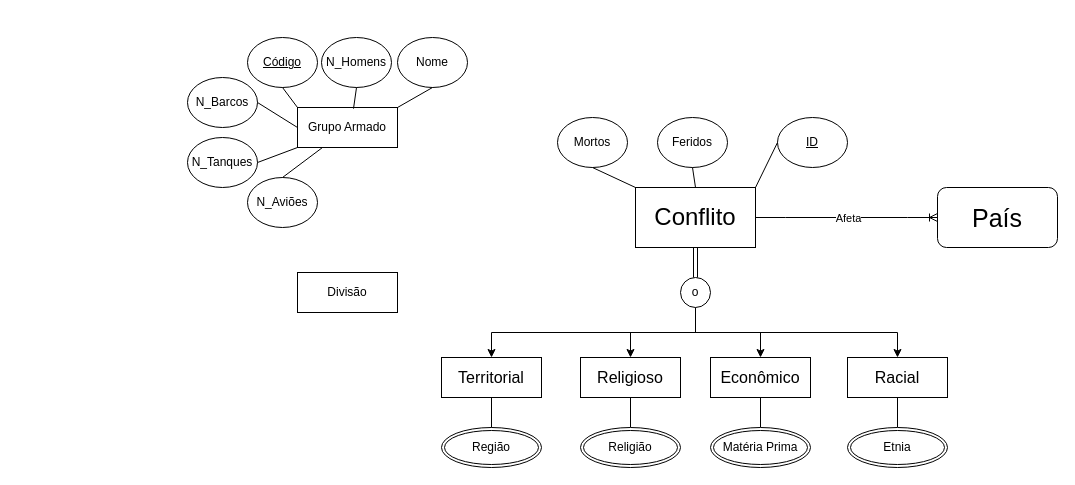
This is TrabalhoBD2ConflitosBelicos.drawio from RenanBezerraGuima/BD2ConflitosBelicos, a draw.io file, before an edit. Source tidied: cells renumbered, new cells numbered last; positions are measured from the earlier drawing's top-left corner, leaving out a move shared by most shapes. Both pictures are drawn from the tidied source at 100%, with x=0, y=0 at pixel (187, 37).
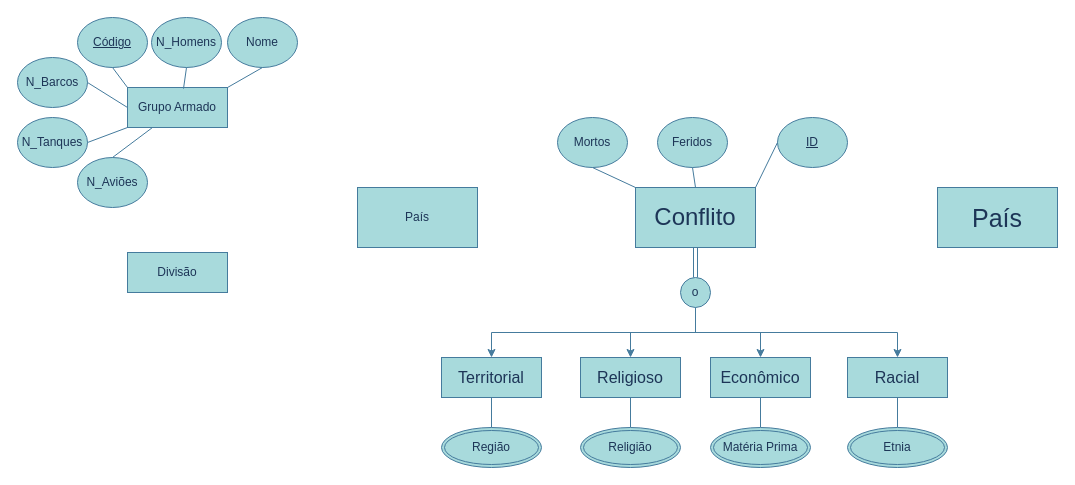
Above is the later version.

Change to the diagram source:
```diff
@@
-    <mxCell id="2" value="&lt;font style=&quot;font-size: 24px;&quot;&gt;Conflito&lt;/font&gt;" style="rounded=0;whiteSpace=wrap;html=1;" parent="1" vertex="1">
+    <mxCell id="2" value="&lt;font style=&quot;font-size: 24px;&quot;&gt;Conflito&lt;/font&gt;" style="rounded=0;whiteSpace=wrap;html=1;labelBackgroundColor=none;fillColor=#A8DADC;strokeColor=#457B9D;fontColor=#1D3557;" parent="1" vertex="1">
       <mxGeometry x="448" y="150" width="120" height="60" as="geometry" />
     </mxCell>
-    <mxCell id="3" value="&lt;div&gt;&lt;font style=&quot;font-size: 25px;&quot;&gt;País&lt;/font&gt;&lt;/div&gt;" style="rounded=1;whiteSpace=wrap;html=1;" parent="1" vertex="1">
+    <mxCell id="3" value="&lt;div&gt;&lt;font style=&quot;font-size: 25px;&quot;&gt;País&lt;/font&gt;&lt;/div&gt;" style="rounded=0;whiteSpace=wrap;html=1;labelBackgroundColor=none;fillColor=#A8DADC;strokeColor=#457B9D;fontColor=#1D3557;" parent="1" vertex="1">
       <mxGeometry x="750" y="150" width="120" height="60" as="geometry" />
     </mxCell>
-    <mxCell id="4" value="&lt;div&gt;Mortos&lt;/div&gt;" style="ellipse;whiteSpace=wrap;html=1;" parent="1" vertex="1">
+    <mxCell id="4" value="&lt;div&gt;Mortos&lt;/div&gt;" style="ellipse;whiteSpace=wrap;html=1;labelBackgroundColor=none;fillColor=#A8DADC;strokeColor=#457B9D;fontColor=#1D3557;rounded=0;" parent="1" vertex="1">
       <mxGeometry x="370" y="80" width="70" height="50" as="geometry" />
     </mxCell>
-    <mxCell id="5" value="Feridos" style="ellipse;whiteSpace=wrap;html=1;" parent="1" vertex="1">
+    <mxCell id="5" value="Feridos" style="ellipse;whiteSpace=wrap;html=1;labelBackgroundColor=none;fillColor=#A8DADC;strokeColor=#457B9D;fontColor=#1D3557;rounded=0;" parent="1" vertex="1">
       <mxGeometry x="470" y="80" width="70" height="50" as="geometry" />
     </mxCell>
-    <mxCell id="6" style="endArrow=none;html=1;rounded=0;exitX=0.5;exitY=0;exitDx=0;exitDy=0;entryX=0.5;entryY=1;entryDx=0;entryDy=0;" parent="1" edge="1" source="2" target="5">
+    <mxCell id="6" style="endArrow=none;html=1;rounded=0;exitX=0.5;exitY=0;exitDx=0;exitDy=0;entryX=0.5;entryY=1;entryDx=0;entryDy=0;labelBackgroundColor=none;fontColor=default;strokeColor=#457B9D;" parent="1" edge="1" source="2" target="5">
       <mxGeometry relative="1" as="geometry" />
     </mxCell>
-    <mxCell id="7" style="endArrow=none;html=1;rounded=0;exitX=0;exitY=0;exitDx=0;exitDy=0;entryX=0.5;entryY=1;entryDx=0;entryDy=0;" parent="1" edge="1" source="2" target="4">
+    <mxCell id="7" style="endArrow=none;html=1;rounded=0;exitX=0;exitY=0;exitDx=0;exitDy=0;entryX=0.5;entryY=1;entryDx=0;entryDy=0;labelBackgroundColor=none;fontColor=default;strokeColor=#457B9D;" parent="1" edge="1" source="2" target="4">
       <mxGeometry relative="1" as="geometry" />
     </mxCell>
-    <mxCell id="8" value="&lt;u&gt;ID&lt;/u&gt;" style="ellipse;whiteSpace=wrap;html=1;" parent="1" vertex="1">
+    <mxCell id="8" value="&lt;u&gt;ID&lt;/u&gt;" style="ellipse;whiteSpace=wrap;html=1;labelBackgroundColor=none;fillColor=#A8DADC;strokeColor=#457B9D;fontColor=#1D3557;rounded=0;" parent="1" vertex="1">
       <mxGeometry x="590" y="80" width="70" height="50" as="geometry" />
     </mxCell>
-    <mxCell id="9" style="endArrow=none;html=1;rounded=0;exitX=1;exitY=0;exitDx=0;exitDy=0;entryX=0;entryY=0.5;entryDx=0;entryDy=0;" parent="1" edge="1" source="2" target="8">
+    <mxCell id="9" style="endArrow=none;html=1;rounded=0;exitX=1;exitY=0;exitDx=0;exitDy=0;entryX=0;entryY=0.5;entryDx=0;entryDy=0;labelBackgroundColor=none;fontColor=default;strokeColor=#457B9D;" parent="1" edge="1" source="2" target="8">
       <mxGeometry relative="1" as="geometry" />
     </mxCell>
-    <mxCell id="10" style="edgeStyle=entityRelationEdgeStyle;fontSize=12;html=1;endArrow=ERoneToMany;rounded=0;entryX=0;entryY=0.5;entryDx=0;entryDy=0;exitX=1;exitY=0.5;exitDx=0;exitDy=0;" parent="1" edge="1" source="2" target="3">
-      <mxGeometry relative="1" as="geometry" />
-    </mxCell>
-    <mxCell id="11" value="&lt;div&gt;Afeta&lt;/div&gt;" style="edgeLabel;html=1;align=center;verticalAlign=middle;" parent="10" vertex="1">
-      <mxGeometry x="0.22" y="-1" relative="1" as="geometry">
-        <mxPoint x="-19" y="-1" as="offset" />
-      </mxGeometry>
-    </mxCell>
-    <mxCell id="12" value="&lt;font style=&quot;font-size: 16px;&quot;&gt;Territorial&lt;/font&gt;" style="whiteSpace=wrap;html=1;align=center;" parent="1" vertex="1">
+    <mxCell id="12" value="&lt;font style=&quot;font-size: 16px;&quot;&gt;Territorial&lt;/font&gt;" style="whiteSpace=wrap;html=1;align=center;labelBackgroundColor=none;fillColor=#A8DADC;strokeColor=#457B9D;fontColor=#1D3557;rounded=0;" parent="1" vertex="1">
       <mxGeometry x="254" y="320" width="100" height="40" as="geometry" />
     </mxCell>
-    <mxCell id="13" value="&lt;font style=&quot;font-size: 16px;&quot;&gt;Religioso&lt;/font&gt;" style="whiteSpace=wrap;html=1;align=center;" parent="1" vertex="1">
+    <mxCell id="13" value="&lt;font style=&quot;font-size: 16px;&quot;&gt;Religioso&lt;/font&gt;" style="whiteSpace=wrap;html=1;align=center;labelBackgroundColor=none;fillColor=#A8DADC;strokeColor=#457B9D;fontColor=#1D3557;rounded=0;" parent="1" vertex="1">
       <mxGeometry x="393" y="320" width="100" height="40" as="geometry" />
     </mxCell>
-    <mxCell id="14" value="&lt;font style=&quot;font-size: 16px;&quot;&gt;Econômico&lt;/font&gt;" style="whiteSpace=wrap;html=1;align=center;" parent="1" vertex="1">
+    <mxCell id="14" value="&lt;font style=&quot;font-size: 16px;&quot;&gt;Econômico&lt;/font&gt;" style="whiteSpace=wrap;html=1;align=center;labelBackgroundColor=none;fillColor=#A8DADC;strokeColor=#457B9D;fontColor=#1D3557;rounded=0;" parent="1" vertex="1">
       <mxGeometry x="523" y="320" width="100" height="40" as="geometry" />
     </mxCell>
-    <mxCell id="15" value="&lt;font style=&quot;font-size: 16px;&quot;&gt;Racial&lt;/font&gt;" style="whiteSpace=wrap;html=1;align=center;" parent="1" vertex="1">
+    <mxCell id="15" value="&lt;font style=&quot;font-size: 16px;&quot;&gt;Racial&lt;/font&gt;" style="whiteSpace=wrap;html=1;align=center;labelBackgroundColor=none;fillColor=#A8DADC;strokeColor=#457B9D;fontColor=#1D3557;rounded=0;" parent="1" vertex="1">
       <mxGeometry x="660" y="320" width="100" height="40" as="geometry" />
     </mxCell>
-    <mxCell id="16" style="edgeStyle=orthogonalEdgeStyle;rounded=0;jettySize=auto;html=1;exitX=0.5;exitY=1;exitDx=0;exitDy=0;entryX=0.5;entryY=0;entryDx=0;entryDy=0;" parent="1" edge="1" source="20" target="12">
+    <mxCell id="16" style="edgeStyle=orthogonalEdgeStyle;rounded=0;jettySize=auto;html=1;exitX=0.5;exitY=1;exitDx=0;exitDy=0;entryX=0.5;entryY=0;entryDx=0;entryDy=0;labelBackgroundColor=none;fontColor=default;strokeColor=#457B9D;" parent="1" edge="1" source="20" target="12">
       <mxGeometry relative="1" as="geometry" />
     </mxCell>
-    <mxCell id="17" style="edgeStyle=orthogonalEdgeStyle;rounded=0;jettySize=auto;html=1;exitX=0.5;exitY=1;exitDx=0;exitDy=0;entryX=0.5;entryY=0;entryDx=0;entryDy=0;" parent="1" edge="1" source="20" target="14">
+    <mxCell id="17" style="edgeStyle=orthogonalEdgeStyle;rounded=0;jettySize=auto;html=1;exitX=0.5;exitY=1;exitDx=0;exitDy=0;entryX=0.5;entryY=0;entryDx=0;entryDy=0;labelBackgroundColor=none;fontColor=default;strokeColor=#457B9D;" parent="1" edge="1" source="20" target="14">
       <mxGeometry relative="1" as="geometry" />
     </mxCell>
-    <mxCell id="18" style="edgeStyle=orthogonalEdgeStyle;rounded=0;jettySize=auto;html=1;exitX=0.5;exitY=1;exitDx=0;exitDy=0;entryX=0.5;entryY=0;entryDx=0;entryDy=0;" parent="1" edge="1" source="20" target="13">
+    <mxCell id="18" style="edgeStyle=orthogonalEdgeStyle;rounded=0;jettySize=auto;html=1;exitX=0.5;exitY=1;exitDx=0;exitDy=0;entryX=0.5;entryY=0;entryDx=0;entryDy=0;labelBackgroundColor=none;fontColor=default;strokeColor=#457B9D;" parent="1" edge="1" source="20" target="13">
       <mxGeometry relative="1" as="geometry" />
     </mxCell>
-    <mxCell id="19" style="edgeStyle=orthogonalEdgeStyle;rounded=0;jettySize=auto;html=1;exitX=0.5;exitY=1;exitDx=0;exitDy=0;entryX=0.5;entryY=0;entryDx=0;entryDy=0;" parent="1" edge="1" source="20" target="15">
+    <mxCell id="19" style="edgeStyle=orthogonalEdgeStyle;rounded=0;jettySize=auto;html=1;exitX=0.5;exitY=1;exitDx=0;exitDy=0;entryX=0.5;entryY=0;entryDx=0;entryDy=0;labelBackgroundColor=none;fontColor=default;strokeColor=#457B9D;" parent="1" edge="1" source="20" target="15">
       <mxGeometry relative="1" as="geometry" />
     </mxCell>
-    <mxCell id="20" value="o" style="ellipse;whiteSpace=wrap;html=1;" parent="1" vertex="1">
+    <mxCell id="20" value="o" style="ellipse;whiteSpace=wrap;html=1;labelBackgroundColor=none;fillColor=#A8DADC;strokeColor=#457B9D;fontColor=#1D3557;rounded=0;" parent="1" vertex="1">
       <mxGeometry x="493" y="240" width="30" height="30" as="geometry" />
     </mxCell>
-    <mxCell id="21" style="shape=link;html=1;rounded=0;entryX=0.5;entryY=1;entryDx=0;entryDy=0;exitX=0.5;exitY=0;exitDx=0;exitDy=0;" parent="1" edge="1" source="20" target="2">
+    <mxCell id="21" style="shape=link;html=1;rounded=0;entryX=0.5;entryY=1;entryDx=0;entryDy=0;exitX=0.5;exitY=0;exitDx=0;exitDy=0;labelBackgroundColor=none;fontColor=default;strokeColor=#457B9D;" parent="1" edge="1" source="20" target="2">
       <mxGeometry relative="1" as="geometry" />
     </mxCell>
-    <mxCell id="22" style="endArrow=none;html=1;rounded=0;entryX=0.5;entryY=1;entryDx=0;entryDy=0;exitX=0.5;exitY=0;exitDx=0;exitDy=0;" parent="1" edge="1" source="23" target="14">
+    <mxCell id="22" style="endArrow=none;html=1;rounded=0;entryX=0.5;entryY=1;entryDx=0;entryDy=0;exitX=0.5;exitY=0;exitDx=0;exitDy=0;labelBackgroundColor=none;fontColor=default;strokeColor=#457B9D;" parent="1" edge="1" source="23" target="14">
       <mxGeometry relative="1" as="geometry" />
     </mxCell>
-    <mxCell id="23" value="&lt;div&gt;Matéria Prima&lt;/div&gt;" style="ellipse;shape=doubleEllipse;margin=3;whiteSpace=wrap;html=1;align=center;" parent="1" vertex="1">
+    <mxCell id="23" value="&lt;div&gt;Matéria Prima&lt;/div&gt;" style="ellipse;shape=doubleEllipse;margin=3;whiteSpace=wrap;html=1;align=center;labelBackgroundColor=none;fillColor=#A8DADC;strokeColor=#457B9D;fontColor=#1D3557;rounded=0;" parent="1" vertex="1">
       <mxGeometry x="523" y="390" width="100" height="40" as="geometry" />
     </mxCell>
-    <mxCell id="24" style="endArrow=none;html=1;rounded=0;entryX=0.5;entryY=1;entryDx=0;entryDy=0;exitX=0.5;exitY=0;exitDx=0;exitDy=0;" parent="1" edge="1" source="25" target="13">
+    <mxCell id="24" style="endArrow=none;html=1;rounded=0;entryX=0.5;entryY=1;entryDx=0;entryDy=0;exitX=0.5;exitY=0;exitDx=0;exitDy=0;labelBackgroundColor=none;fontColor=default;strokeColor=#457B9D;" parent="1" edge="1" source="25" target="13">
       <mxGeometry relative="1" as="geometry" />
     </mxCell>
-    <mxCell id="25" value="Religião" style="ellipse;shape=doubleEllipse;margin=3;whiteSpace=wrap;html=1;align=center;" parent="1" vertex="1">
+    <mxCell id="25" value="Religião" style="ellipse;shape=doubleEllipse;margin=3;whiteSpace=wrap;html=1;align=center;labelBackgroundColor=none;fillColor=#A8DADC;strokeColor=#457B9D;fontColor=#1D3557;rounded=0;" parent="1" vertex="1">
       <mxGeometry x="393" y="390" width="100" height="40" as="geometry" />
     </mxCell>
-    <mxCell id="26" value="Região" style="ellipse;shape=doubleEllipse;margin=3;whiteSpace=wrap;html=1;align=center;" parent="1" vertex="1">
+    <mxCell id="26" value="Região" style="ellipse;shape=doubleEllipse;margin=3;whiteSpace=wrap;html=1;align=center;labelBackgroundColor=none;fillColor=#A8DADC;strokeColor=#457B9D;fontColor=#1D3557;rounded=0;" parent="1" vertex="1">
       <mxGeometry x="254" y="390" width="100" height="40" as="geometry" />
     </mxCell>
-    <mxCell id="27" style="endArrow=none;html=1;rounded=0;entryX=0.5;entryY=1;entryDx=0;entryDy=0;exitX=0.5;exitY=0;exitDx=0;exitDy=0;" parent="1" edge="1" source="26" target="12">
+    <mxCell id="27" style="endArrow=none;html=1;rounded=0;entryX=0.5;entryY=1;entryDx=0;entryDy=0;exitX=0.5;exitY=0;exitDx=0;exitDy=0;labelBackgroundColor=none;fontColor=default;strokeColor=#457B9D;" parent="1" edge="1" source="26" target="12">
       <mxGeometry relative="1" as="geometry" />
     </mxCell>
-    <mxCell id="28" style="endArrow=none;html=1;rounded=0;entryX=0.5;entryY=1;entryDx=0;entryDy=0;" parent="1" edge="1" source="29" target="15">
+    <mxCell id="28" style="endArrow=none;html=1;rounded=0;entryX=0.5;entryY=1;entryDx=0;entryDy=0;labelBackgroundColor=none;fontColor=default;strokeColor=#457B9D;" parent="1" edge="1" source="29" target="15">
       <mxGeometry relative="1" as="geometry" />
     </mxCell>
-    <mxCell id="29" value="Etnia" style="ellipse;shape=doubleEllipse;margin=3;whiteSpace=wrap;html=1;align=center;" parent="1" vertex="1">
+    <mxCell id="29" value="Etnia" style="ellipse;shape=doubleEllipse;margin=3;whiteSpace=wrap;html=1;align=center;labelBackgroundColor=none;fillColor=#A8DADC;strokeColor=#457B9D;fontColor=#1D3557;rounded=0;" parent="1" vertex="1">
       <mxGeometry x="660" y="390" width="100" height="40" as="geometry" />
     </mxCell>
-    <mxCell id="30" value="Grupo Armado" style="whiteSpace=wrap;html=1;align=center;" parent="1" vertex="1">
-      <mxGeometry x="110" y="70" width="100" height="40" as="geometry" />
+    <mxCell id="30" value="Grupo Armado" style="whiteSpace=wrap;html=1;align=center;labelBackgroundColor=none;fillColor=#A8DADC;strokeColor=#457B9D;fontColor=#1D3557;rounded=0;" parent="1" vertex="1">
+      <mxGeometry x="-60" y="50" width="100" height="40" as="geometry" />
     </mxCell>
-    <mxCell id="31" value="&lt;u&gt;Código&lt;/u&gt;" style="ellipse;whiteSpace=wrap;html=1;" parent="1" vertex="1">
-      <mxGeometry x="60" width="70" height="50" as="geometry" />
+    <mxCell id="31" value="&lt;u&gt;Código&lt;/u&gt;" style="ellipse;whiteSpace=wrap;html=1;labelBackgroundColor=none;fillColor=#A8DADC;strokeColor=#457B9D;fontColor=#1D3557;rounded=0;" parent="1" vertex="1">
+      <mxGeometry x="-110" y="-20" width="70" height="50" as="geometry" />
     </mxCell>
-    <mxCell id="32" style="endArrow=none;html=1;rounded=0;entryX=0.5;entryY=1;entryDx=0;entryDy=0;exitX=0;exitY=0;exitDx=0;exitDy=0;" parent="1" edge="1" source="30" target="31">
+    <mxCell id="32" style="endArrow=none;html=1;rounded=0;entryX=0.5;entryY=1;entryDx=0;entryDy=0;exitX=0;exitY=0;exitDx=0;exitDy=0;labelBackgroundColor=none;fontColor=default;strokeColor=#457B9D;" parent="1" edge="1" source="30" target="31">
       <mxGeometry relative="1" as="geometry" />
     </mxCell>
-    <mxCell id="33" value="Nome" style="ellipse;whiteSpace=wrap;html=1;" parent="1" vertex="1">
-      <mxGeometry x="210" width="70" height="50" as="geometry" />
+    <mxCell id="33" value="Nome" style="ellipse;whiteSpace=wrap;html=1;labelBackgroundColor=none;fillColor=#A8DADC;strokeColor=#457B9D;fontColor=#1D3557;rounded=0;" parent="1" vertex="1">
+      <mxGeometry x="40" y="-20" width="70" height="50" as="geometry" />
     </mxCell>
-    <mxCell id="34" style="endArrow=none;html=1;rounded=0;entryX=1;entryY=0;entryDx=0;entryDy=0;exitX=0.5;exitY=1;exitDx=0;exitDy=0;" parent="1" edge="1" source="33" target="30">
+    <mxCell id="34" style="endArrow=none;html=1;rounded=0;entryX=1;entryY=0;entryDx=0;entryDy=0;exitX=0.5;exitY=1;exitDx=0;exitDy=0;labelBackgroundColor=none;fontColor=default;strokeColor=#457B9D;" parent="1" edge="1" source="33" target="30">
       <mxGeometry relative="1" as="geometry" />
     </mxCell>
-    <mxCell id="35" value="N_Barcos" style="ellipse;whiteSpace=wrap;html=1;" parent="1" vertex="1">
-      <mxGeometry y="40" width="70" height="50" as="geometry" />
+    <mxCell id="35" value="N_Barcos" style="ellipse;whiteSpace=wrap;html=1;labelBackgroundColor=none;fillColor=#A8DADC;strokeColor=#457B9D;fontColor=#1D3557;rounded=0;" parent="1" vertex="1">
+      <mxGeometry x="-170" y="20" width="70" height="50" as="geometry" />
     </mxCell>
-    <mxCell id="36" style="endArrow=none;html=1;rounded=0;entryX=1;entryY=0.5;entryDx=0;entryDy=0;exitX=0;exitY=0.5;exitDx=0;exitDy=0;" parent="1" edge="1" source="30" target="35">
+    <mxCell id="36" style="endArrow=none;html=1;rounded=0;entryX=1;entryY=0.5;entryDx=0;entryDy=0;exitX=0;exitY=0.5;exitDx=0;exitDy=0;labelBackgroundColor=none;fontColor=default;strokeColor=#457B9D;" parent="1" edge="1" source="30" target="35">
       <mxGeometry relative="1" as="geometry" />
     </mxCell>
-    <mxCell id="37" value="N_Tanques" style="ellipse;whiteSpace=wrap;html=1;" parent="1" vertex="1">
-      <mxGeometry y="100" width="70" height="50" as="geometry" />
+    <mxCell id="37" value="N_Tanques" style="ellipse;whiteSpace=wrap;html=1;labelBackgroundColor=none;fillColor=#A8DADC;strokeColor=#457B9D;fontColor=#1D3557;rounded=0;" parent="1" vertex="1">
+      <mxGeometry x="-170" y="80" width="70" height="50" as="geometry" />
     </mxCell>
-    <mxCell id="38" style="endArrow=none;html=1;rounded=0;entryX=1;entryY=0.5;entryDx=0;entryDy=0;exitX=0;exitY=1;exitDx=0;exitDy=0;" parent="1" edge="1" source="30" target="37">
+    <mxCell id="38" style="endArrow=none;html=1;rounded=0;entryX=1;entryY=0.5;entryDx=0;entryDy=0;exitX=0;exitY=1;exitDx=0;exitDy=0;labelBackgroundColor=none;fontColor=default;strokeColor=#457B9D;" parent="1" edge="1" source="30" target="37">
       <mxGeometry relative="1" as="geometry" />
     </mxCell>
-    <mxCell id="39" value="N_Homens" style="ellipse;whiteSpace=wrap;html=1;" parent="1" vertex="1">
-      <mxGeometry x="134" width="70" height="50" as="geometry" />
+    <mxCell id="39" value="N_Homens" style="ellipse;whiteSpace=wrap;html=1;labelBackgroundColor=none;fillColor=#A8DADC;strokeColor=#457B9D;fontColor=#1D3557;rounded=0;" parent="1" vertex="1">
+      <mxGeometry x="-36" y="-20" width="70" height="50" as="geometry" />
     </mxCell>
-    <mxCell id="40" style="endArrow=none;html=1;rounded=0;entryX=0.5;entryY=1;entryDx=0;entryDy=0;exitX=0.56;exitY=0.029;exitDx=0;exitDy=0;exitPerimeter=0;" parent="1" edge="1" source="30" target="39">
+    <mxCell id="40" style="endArrow=none;html=1;rounded=0;entryX=0.5;entryY=1;entryDx=0;entryDy=0;exitX=0.56;exitY=0.029;exitDx=0;exitDy=0;exitPerimeter=0;labelBackgroundColor=none;fontColor=default;strokeColor=#457B9D;" parent="1" edge="1" source="30" target="39">
       <mxGeometry relative="1" as="geometry" />
     </mxCell>
-    <mxCell id="41" value="N_Aviões" style="ellipse;whiteSpace=wrap;html=1;" parent="1" vertex="1">
-      <mxGeometry x="60" y="140" width="70" height="50" as="geometry" />
+    <mxCell id="41" value="N_Aviões" style="ellipse;whiteSpace=wrap;html=1;labelBackgroundColor=none;fillColor=#A8DADC;strokeColor=#457B9D;fontColor=#1D3557;rounded=0;" parent="1" vertex="1">
+      <mxGeometry x="-110" y="120" width="70" height="50" as="geometry" />
     </mxCell>
-    <mxCell id="42" style="endArrow=none;html=1;rounded=0;entryX=0.5;entryY=0;entryDx=0;entryDy=0;exitX=0.25;exitY=1;exitDx=0;exitDy=0;" parent="1" edge="1" source="30" target="41">
+    <mxCell id="42" style="endArrow=none;html=1;rounded=0;entryX=0.5;entryY=0;entryDx=0;entryDy=0;exitX=0.25;exitY=1;exitDx=0;exitDy=0;labelBackgroundColor=none;fontColor=default;strokeColor=#457B9D;" parent="1" edge="1" source="30" target="41">
       <mxGeometry relative="1" as="geometry" />
     </mxCell>
-    <mxCell id="43" value="Divisão" style="whiteSpace=wrap;html=1;align=center;" parent="1" vertex="1">
-      <mxGeometry x="110" y="235" width="100" height="40" as="geometry" />
+    <mxCell id="43" value="Divisão" style="whiteSpace=wrap;html=1;align=center;labelBackgroundColor=none;fillColor=#A8DADC;strokeColor=#457B9D;fontColor=#1D3557;rounded=0;" parent="1" vertex="1">
+      <mxGeometry x="-60" y="215" width="100" height="40" as="geometry" />
     </mxCell>
+    <mxCell id="44" value="País" style="whiteSpace=wrap;html=1;labelBackgroundColor=none;fillColor=#A8DADC;strokeColor=#457B9D;fontColor=#1D3557;rounded=0;" parent="1" vertex="1">
+      <mxGeometry x="170" y="150" width="120" height="60" as="geometry" />
+    </mxCell>
```
